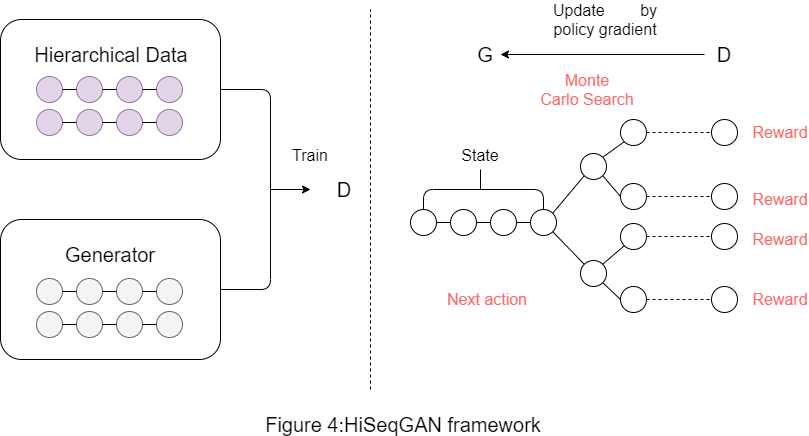
The draw.io diagram draw.io/hiseq.png in lina2360/HiSeqGan, before a commit. Source tidied: cells renumbered, new cells last; positions are measured from the earlier drawing's top-left corner, leaving out a move shared by most shapes.
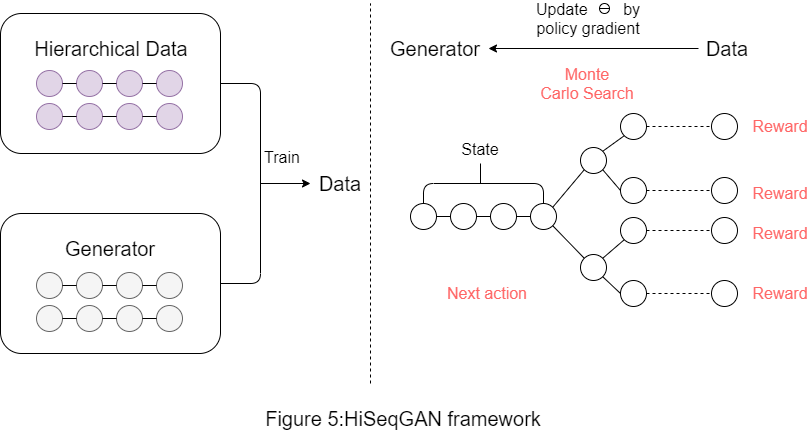
The same diagram one commit later.

Diff of the diagram source:
```diff
@@ -17,22 +17,22 @@
     <mxCell id="5" style="endArrow=none;html=1;entryX=1;entryY=0.5;entryDx=0;entryDy=0;exitX=1;exitY=0.5;exitDx=0;exitDy=0;" parent="1" edge="1" source="3" target="2">
       <mxGeometry relative="1" as="geometry">
         <Array as="points">
-          <mxPoint x="270" y="280" />
-          <mxPoint x="270" y="80" />
+          <mxPoint x="260" y="280" />
+          <mxPoint x="260" y="80" />
         </Array>
       </mxGeometry>
     </mxCell>
     <mxCell id="6" style="endArrow=classic;html=1;" parent="1" edge="1">
       <mxGeometry relative="1" as="geometry">
-        <mxPoint x="270" y="180" as="sourcePoint" />
+        <mxPoint x="260" y="180" as="sourcePoint" />
         <mxPoint x="310" y="180" as="targetPoint" />
       </mxGeometry>
     </mxCell>
     <mxCell id="7" value="&lt;font style=&quot;font-size: 16px&quot;&gt;Train&lt;/font&gt;" style="text;html=1;strokeColor=none;fillColor=none;align=center;verticalAlign=middle;whiteSpace=wrap;rounded=0;" parent="1" vertex="1">
-      <mxGeometry x="290" y="136" width="40" height="20" as="geometry" />
+      <mxGeometry x="262" y="144" width="40" height="20" as="geometry" />
     </mxCell>
-    <mxCell id="8" value="&lt;font style=&quot;font-size: 20px&quot;&gt;D&lt;/font&gt;" style="text;html=1;strokeColor=none;fillColor=none;align=center;verticalAlign=middle;whiteSpace=wrap;rounded=0;dashed=1;" parent="1" vertex="1">
-      <mxGeometry x="324" y="170" width="40" height="20" as="geometry" />
+    <mxCell id="8" value="&lt;font style=&quot;font-size: 20px&quot;&gt;Data&lt;/font&gt;" style="text;html=1;strokeColor=none;fillColor=none;align=center;verticalAlign=middle;whiteSpace=wrap;rounded=0;dashed=1;" parent="1" vertex="1">
+      <mxGeometry x="320" y="170" width="40" height="20" as="geometry" />
     </mxCell>
     <mxCell id="9" value="&lt;font style=&quot;font-size: 20px&quot;&gt;Hierarchical Data&lt;/font&gt;" style="text;html=1;strokeColor=none;fillColor=none;align=center;verticalAlign=middle;whiteSpace=wrap;rounded=0;dashed=1;" parent="1" vertex="1">
       <mxGeometry x="21" y="35" width="180" height="20" as="geometry" />
@@ -150,7 +150,7 @@
     <mxCell id="44" value="&lt;font style=&quot;font-size: 16px&quot; color=&quot;#ff6666&quot;&gt;Reward&lt;/font&gt;" style="text;html=1;strokeColor=none;fillColor=none;align=center;verticalAlign=middle;whiteSpace=wrap;rounded=0;" parent="1" vertex="1">
       <mxGeometry x="760" y="280" width="40" height="20" as="geometry" />
     </mxCell>
-    <mxCell id="45" value="&lt;font style=&quot;font-size: 20px&quot;&gt;Figure 4:HiSeqGAN framework&lt;/font&gt;" style="text;html=1;strokeColor=none;fillColor=none;align=center;verticalAlign=middle;whiteSpace=wrap;rounded=0;" parent="1" vertex="1">
+    <mxCell id="45" value="&lt;font style=&quot;font-size: 20px&quot;&gt;Figure 5:HiSeqGAN framework&lt;/font&gt;" style="text;html=1;strokeColor=none;fillColor=none;align=center;verticalAlign=middle;whiteSpace=wrap;rounded=0;" parent="1" vertex="1">
       <mxGeometry x="256" y="405" width="294" height="20" as="geometry" />
     </mxCell>
     <mxCell id="46" style="ellipse;whiteSpace=wrap;html=1;fillColor=#e1d5e7;strokeColor=#9673a6;" parent="1" vertex="1">
@@ -237,17 +237,20 @@
     <mxCell id="73" style="endArrow=none;html=1;exitX=1;exitY=0.5;exitDx=0;exitDy=0;entryX=0;entryY=0.5;entryDx=0;entryDy=0;" parent="1" edge="1" source="69" target="70">
       <mxGeometry relative="1" as="geometry" />
     </mxCell>
-    <mxCell id="74" value="&lt;span style=&quot;font-size: 20px&quot;&gt;G&lt;/span&gt;" style="text;html=1;strokeColor=none;fillColor=none;align=center;verticalAlign=middle;whiteSpace=wrap;rounded=0;dashed=1;" parent="1" vertex="1">
-      <mxGeometry x="470" y="35" width="30" height="20" as="geometry" />
+    <mxCell id="74" value="&lt;font style=&quot;font-size: 20px&quot;&gt;Generator&lt;/font&gt;" style="text;html=1;strokeColor=none;fillColor=none;align=center;verticalAlign=middle;whiteSpace=wrap;rounded=0;dashed=1;" parent="1" vertex="1">
+      <mxGeometry x="420" y="35" width="30" height="20" as="geometry" />
     </mxCell>
-    <mxCell id="75" value="&lt;font style=&quot;font-size: 20px&quot;&gt;D&lt;/font&gt;" style="text;html=1;strokeColor=none;fillColor=none;align=center;verticalAlign=middle;whiteSpace=wrap;rounded=0;dashed=1;" parent="1" vertex="1">
-      <mxGeometry x="704" y="35" width="40" height="20" as="geometry" />
+    <mxCell id="75" value="&lt;font style=&quot;font-size: 20px&quot;&gt;Data&lt;/font&gt;" style="text;html=1;strokeColor=none;fillColor=none;align=center;verticalAlign=middle;whiteSpace=wrap;rounded=0;dashed=1;" parent="1" vertex="1">
+      <mxGeometry x="707" y="35" width="40" height="20" as="geometry" />
     </mxCell>
-    <mxCell id="76" style="endArrow=classic;html=1;exitX=0;exitY=0.5;exitDx=0;exitDy=0;entryX=1;entryY=0.5;entryDx=0;entryDy=0;" parent="1" edge="1" source="75" target="74">
-      <mxGeometry relative="1" as="geometry" />
+    <mxCell id="76" style="endArrow=classic;html=1;" parent="1" edge="1">
+      <mxGeometry relative="1" as="geometry">
+        <mxPoint x="698" y="45" as="sourcePoint" />
+        <mxPoint x="488" y="45" as="targetPoint" />
+      </mxGeometry>
     </mxCell>
     <mxCell id="77" value="&lt;font style=&quot;font-size: 16px&quot;&gt;Update&amp;nbsp; &amp;nbsp; &amp;nbsp; &amp;nbsp; by policy gradient&lt;/font&gt;" style="text;html=1;strokeColor=none;fillColor=none;align=center;verticalAlign=middle;whiteSpace=wrap;rounded=0;" parent="1" vertex="1">
-      <mxGeometry x="540" width="130" height="20" as="geometry" />
+      <mxGeometry x="523" y="5" width="130" height="20" as="geometry" />
     </mxCell>
     <mxCell id="78" value="&lt;font style=&quot;font-size: 16px&quot; color=&quot;#ff6666&quot;&gt;Next action&lt;/font&gt;" style="text;html=1;strokeColor=none;fillColor=none;align=center;verticalAlign=middle;whiteSpace=wrap;rounded=0;" parent="1" vertex="1">
       <mxGeometry x="432" y="282.5" width="110" height="15" as="geometry" />
@@ -255,5 +258,8 @@
     <mxCell id="79" value="&lt;div style=&quot;font-size: 16px&quot;&gt;&lt;font style=&quot;font-size: 16px&quot; color=&quot;#ff6666&quot;&gt;Monte&lt;/font&gt;&lt;/div&gt;&lt;div style=&quot;font-size: 16px&quot;&gt;&lt;font style=&quot;font-size: 16px&quot; color=&quot;#ff6666&quot;&gt;Carlo Search&lt;/font&gt;&lt;/div&gt;" style="text;html=1;strokeColor=none;fillColor=none;align=center;verticalAlign=middle;whiteSpace=wrap;rounded=0;" parent="1" vertex="1">
       <mxGeometry x="530" y="70" width="114" height="20" as="geometry" />
     </mxCell>
+    <mxCell id="80" style="shape=lineEllipse;perimeter=ellipsePerimeter;whiteSpace=wrap;html=1;backgroundOutline=1;fillColor=none;" parent="1" vertex="1">
+      <mxGeometry x="599" width="10" height="10" as="geometry" />
+    </mxCell>
   </root>
 </mxGraphModel>
```
